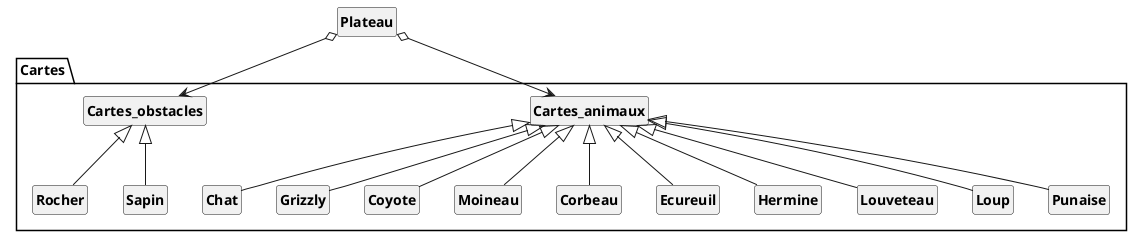
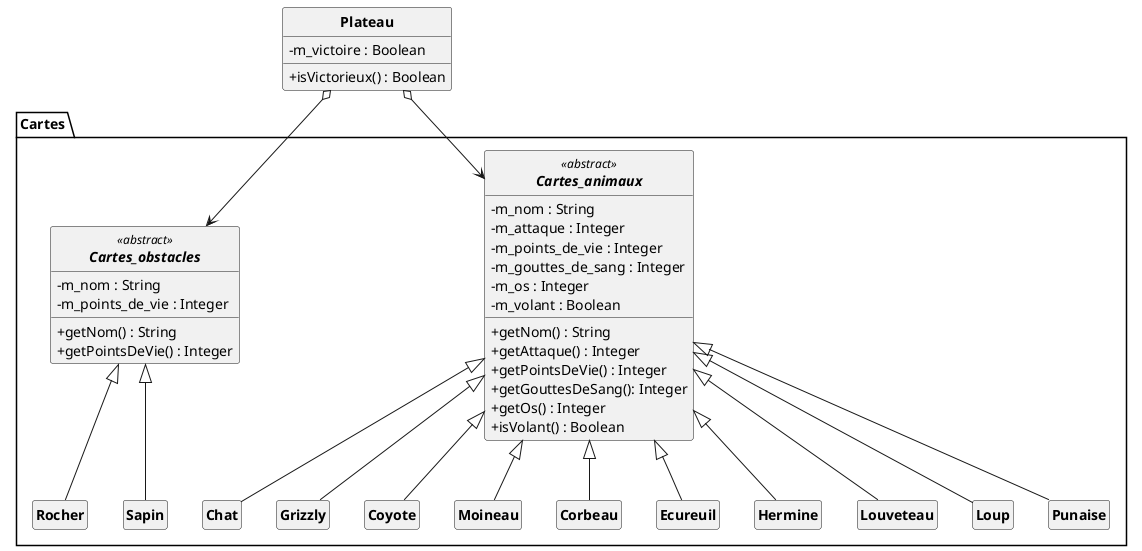
@startuml
'https://plantuml.com/class-diagram

- 
+ skinparam classAttributeIconSize 0
skinparam classFontStyle Bold
skinparam style strictuml
hide empty members

class Plateau {
+     -m_victoire : Boolean
+     +isVictorieux() : Boolean
+ 
}

package Cartes {
-     class Cartes_animaux{}
-     class Cartes_obstacles{}
+     abstract class Cartes_animaux <<abstract>>{
+     -m_nom : String
+     -m_attaque : Integer
+     -m_points_de_vie : Integer
+     -m_gouttes_de_sang : Integer
+     -m_os : Integer
+     -m_volant : Boolean
+     +getNom() : String
+     +getAttaque() : Integer
+     +getPointsDeVie() : Integer
+     +getGouttesDeSang(): Integer
+     +getOs() : Integer
+     +isVolant() : Boolean
+     }
+     abstract class Cartes_obstacles <<abstract>>{
+     -m_nom : String
+     -m_points_de_vie : Integer
+     +getNom() : String
+     +getPointsDeVie() : Integer
+     }
    class Chat extends Cartes_animaux{}
    class Grizzly extends Cartes_animaux{}
    class Coyote extends Cartes_animaux{}
    class Moineau extends Cartes_animaux{}
    class Corbeau extends Cartes_animaux{}
    class Ecureuil extends Cartes_animaux{}
    class Hermine extends Cartes_animaux{}
    class Louveteau extends Cartes_animaux{}
    class Loup extends Cartes_animaux{}
    class Punaise extends Cartes_animaux{}
    class Rocher extends Cartes_obstacles{}
    class Sapin extends Cartes_obstacles{}
}

Plateau o--> Cartes_animaux
Plateau o--> Cartes_obstacles

@enduml